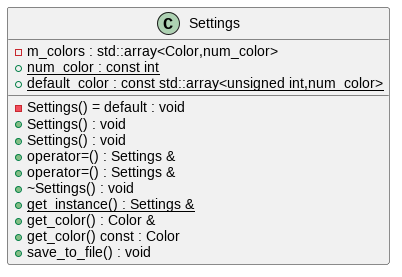
This is docs/diagrams/settings.png from jalsol/jalviz, a PlantUML export, as it was before one commit.
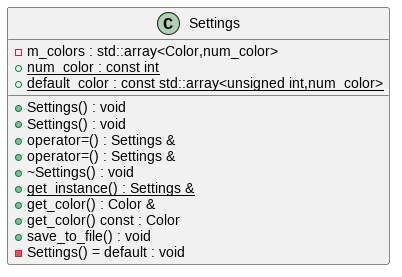
Above is the later version.

What changed in the source:
```diff
@@ -1,7 +1,6 @@
 @startuml
 class "Settings" as C_0000005549272920610915
 class C_0000005549272920610915 {
--Settings() = default : void
 +Settings() : void
 +Settings() : void
 +operator=() : Settings &
@@ -11,6 +10,7 @@
 +get_color() : Color &
 +get_color() const : Color
 +save_to_file() : void
+-Settings() = default : void
 -m_colors : std::array<Color,num_color>
 {static} +num_color : const int
 {static} +default_color : const std::array<unsigned int,num_color>
```
